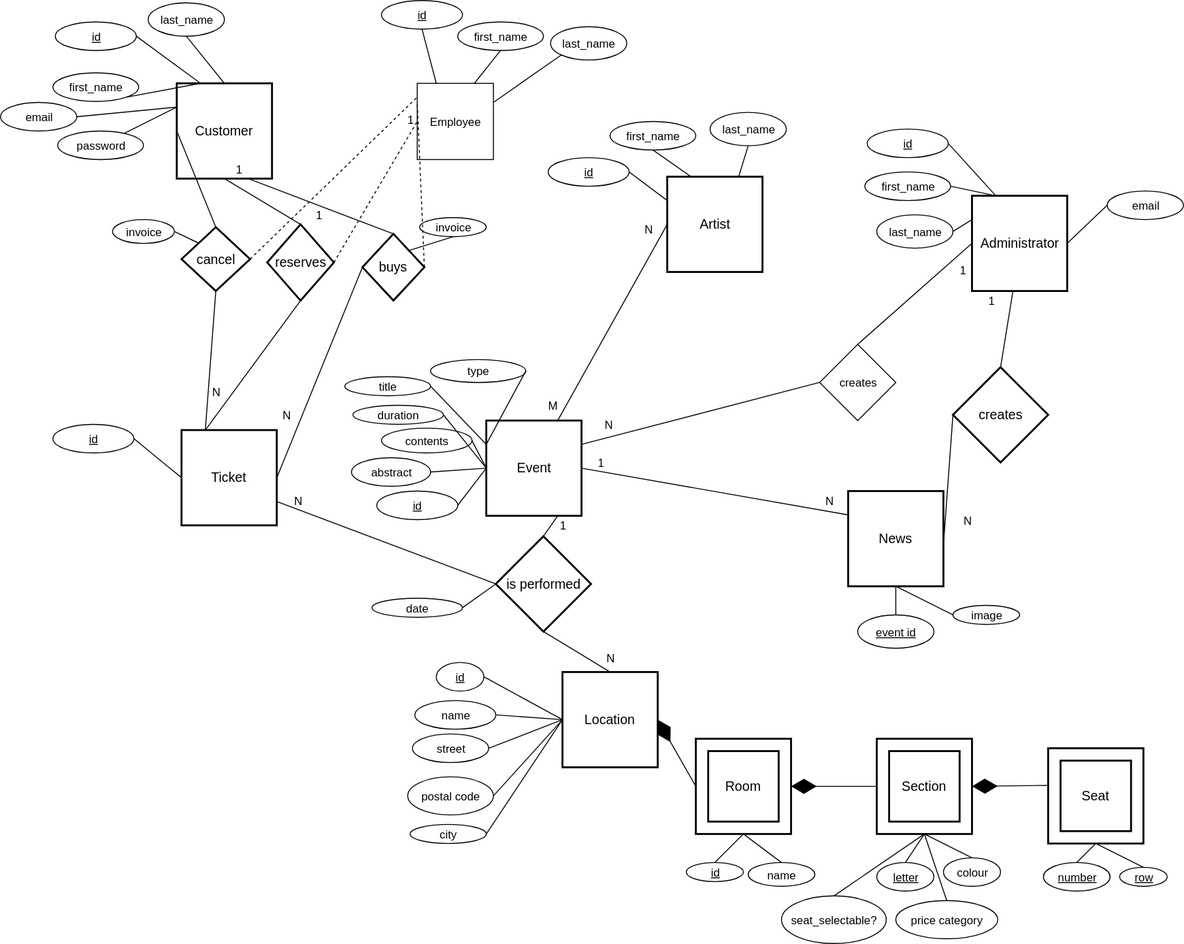
This is UMLDiagrams/ER_schema_ticketline.svg from bettinerwiener/sepm-groupphase, a draw.io export, as it was before one commit. Source tidied: cells renumbered, new cells last; positions are measured from the earlier drawing's top-left corner, leaving out a move shared by most shapes.
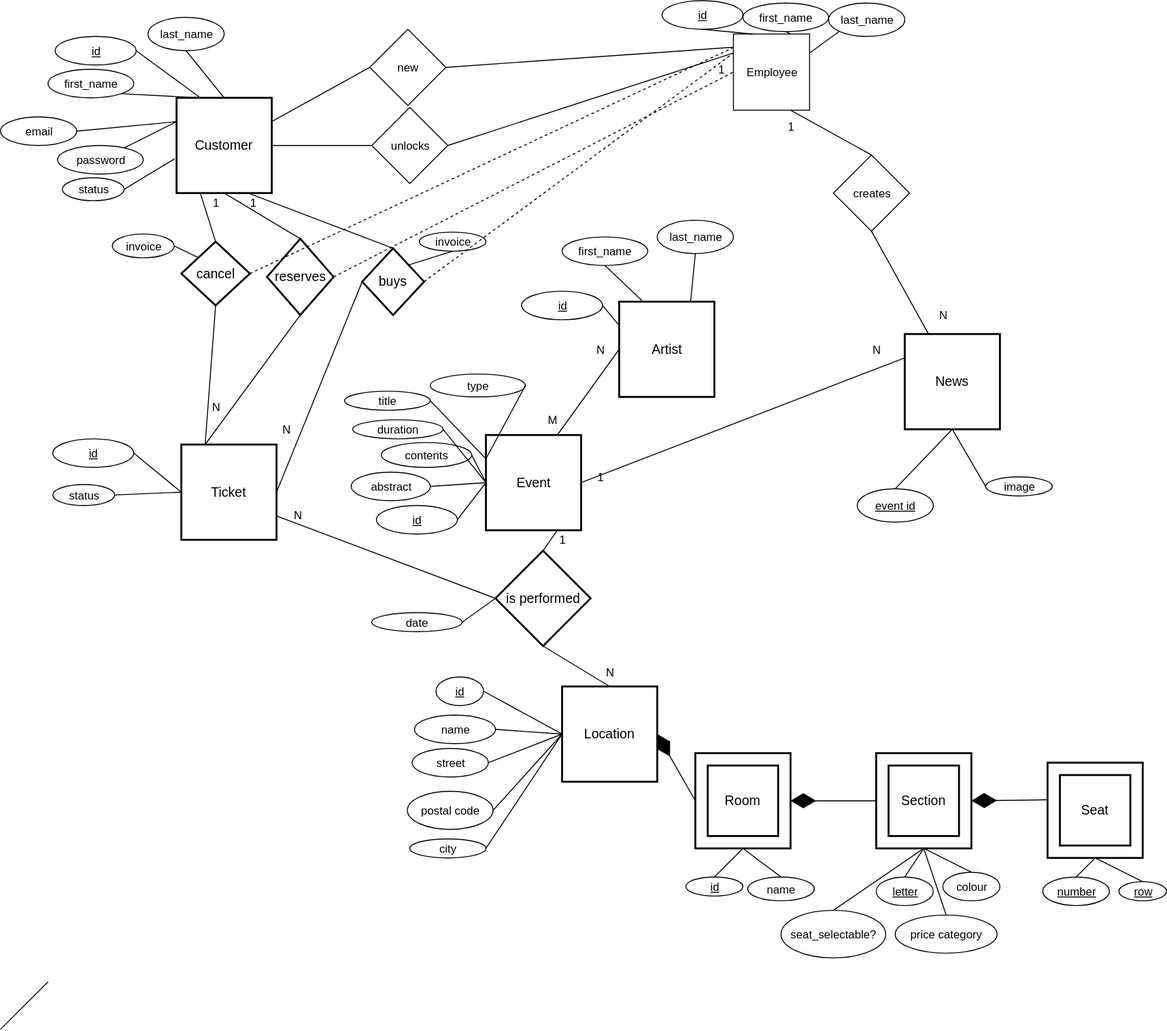
Later version of the same file.

Commit message:
changed ER scheme, kicked admin and added createSchema.sql

Change to the diagram source:
```diff
@@ -6,11 +6,8 @@
       <mxGeometry x="185" y="87" width="100" height="100" as="geometry" />
     </mxCell>
     <mxCell id="3" value="Artist" style="strokeWidth=2;whiteSpace=wrap;html=1;align=center;fontSize=14;" parent="1" vertex="1">
-      <mxGeometry x="700" y="185" width="100" height="100" as="geometry" />
+      <mxGeometry x="650" y="301" width="100" height="100" as="geometry" />
     </mxCell>
-    <mxCell id="4" value="Administrator" style="strokeWidth=2;whiteSpace=wrap;html=1;align=center;fontSize=14;" parent="1" vertex="1">
-      <mxGeometry x="1020" y="205" width="100" height="100" as="geometry" />
-    </mxCell>
     <mxCell id="5" value="Ticket" style="strokeWidth=2;whiteSpace=wrap;html=1;align=center;fontSize=14;" parent="1" vertex="1">
       <mxGeometry x="190" y="451" width="100" height="100" as="geometry" />
     </mxCell>
@@ -54,17 +51,8 @@
       <mxGeometry relative="1" as="geometry" />
     </mxCell>
     <mxCell id="19" value="News" style="strokeWidth=2;whiteSpace=wrap;html=1;align=center;fontSize=14;" parent="1" vertex="1">
-      <mxGeometry x="890" y="515" width="100" height="100" as="geometry" />
+      <mxGeometry x="950" y="335" width="100" height="100" as="geometry" />
     </mxCell>
-    <mxCell id="20" value="creates" style="shape=rhombus;strokeWidth=2;fontSize=17;perimeter=rhombusPerimeter;whiteSpace=wrap;html=1;align=center;fontSize=14;" parent="1" vertex="1">
-      <mxGeometry x="1000" y="385" width="100" height="100" as="geometry" />
-    </mxCell>
-    <mxCell id="21" style="endArrow=none;html=1;entryX=1;entryY=0.57;entryDx=0;entryDy=0;entryPerimeter=0;exitX=0;exitY=0.5;exitDx=0;exitDy=0;" parent="1" edge="1" source="20" target="19">
-      <mxGeometry relative="1" as="geometry" />
-    </mxCell>
-    <mxCell id="22" style="endArrow=none;html=1;entryX=0.5;entryY=0;entryDx=0;entryDy=0;exitX=0.43;exitY=1;exitDx=0;exitDy=0;exitPerimeter=0;" parent="1" edge="1" source="4" target="20">
-      <mxGeometry relative="1" as="geometry" />
-    </mxCell>
     <mxCell id="23" value="invoice" style="ellipse;whiteSpace=wrap;html=1;" parent="1" vertex="1">
       <mxGeometry x="440" y="228" width="70" height="20" as="geometry" />
     </mxCell>
@@ -87,7 +75,7 @@
       <mxGeometry x="368.5" y="480" width="83" height="30" as="geometry" />
     </mxCell>
     <mxCell id="30" value="image" style="ellipse;whiteSpace=wrap;html=1;" parent="1" vertex="1">
-      <mxGeometry x="1000" y="635" width="70" height="20" as="geometry" />
+      <mxGeometry x="1035" y="485" width="70" height="20" as="geometry" />
     </mxCell>
     <mxCell id="31" style="endArrow=none;html=1;entryX=1;entryY=0.5;entryDx=0;entryDy=0;exitX=0;exitY=0.25;exitDx=0;exitDy=0;" parent="1" edge="1" source="6" target="25">
       <mxGeometry relative="1" as="geometry" />
@@ -114,7 +102,7 @@
       <mxGeometry relative="1" as="geometry" />
     </mxCell>
     <mxCell id="39" value="event id" style="ellipse;whiteSpace=wrap;html=1;fontStyle=4;" parent="1" vertex="1">
-      <mxGeometry x="900" y="645" width="80" height="35" as="geometry" />
+      <mxGeometry x="900" y="497.5" width="80" height="35" as="geometry" />
     </mxCell>
     <mxCell id="40" style="endArrow=none;html=1;entryX=0.5;entryY=0;entryDx=0;entryDy=0;exitX=0.5;exitY=1;exitDx=0;exitDy=0;" parent="1" edge="1" source="19" target="39">
       <mxGeometry relative="1" as="geometry" />
@@ -191,12 +179,6 @@
     <mxCell id="64" style="endArrow=none;html=1;entryX=1;entryY=0.5;entryDx=0;entryDy=0;exitX=0;exitY=0.25;exitDx=0;exitDy=0;" parent="1" edge="1" source="2" target="61">
       <mxGeometry relative="1" as="geometry" />
     </mxCell>
-    <mxCell id="65" value="email" style="ellipse;whiteSpace=wrap;html=1;" parent="1" vertex="1">
-      <mxGeometry x="1162" y="200" width="80" height="30" as="geometry" />
-    </mxCell>
-    <mxCell id="66" style="endArrow=none;html=1;entryX=0;entryY=0.5;entryDx=0;entryDy=0;exitX=1;exitY=0.5;exitDx=0;exitDy=0;" parent="1" edge="1" source="4" target="65">
-      <mxGeometry relative="1" as="geometry" />
-    </mxCell>
     <mxCell id="67" value="name" style="ellipse;whiteSpace=wrap;html=1;" parent="1" vertex="1">
       <mxGeometry x="785" y="905" width="70" height="25" as="geometry" />
     </mxCell>
@@ -206,7 +188,7 @@
     <mxCell id="69" value="cancel" style="shape=rhombus;strokeWidth=2;fontSize=17;perimeter=rhombusPerimeter;whiteSpace=wrap;html=1;align=center;fontSize=14;" parent="1" vertex="1">
       <mxGeometry x="190" y="238" width="72" height="67" as="geometry" />
     </mxCell>
-    <mxCell id="70" style="endArrow=none;html=1;entryX=0;entryY=0.5;entryDx=0;entryDy=0;exitX=0.5;exitY=0;exitDx=0;exitDy=0;" parent="1" edge="1" source="69" target="2">
+    <mxCell id="70" style="endArrow=none;html=1;entryX=0.25;entryY=1;entryDx=0;entryDy=0;exitX=0.5;exitY=0;exitDx=0;exitDy=0;" parent="1" edge="1" source="69" target="2">
       <mxGeometry relative="1" as="geometry" />
     </mxCell>
     <mxCell id="71" style="endArrow=none;html=1;entryX=0.5;entryY=1;entryDx=0;entryDy=0;exitX=0.25;exitY=0;exitDx=0;exitDy=0;" parent="1" edge="1" source="5" target="69">
@@ -231,7 +213,7 @@
       <mxGeometry relative="1" as="geometry" />
     </mxCell>
     <mxCell id="78" value="Employee" style="whiteSpace=wrap;html=1;" parent="1" vertex="1">
-      <mxGeometry x="437.5" y="87" width="80" height="80" as="geometry" />
+      <mxGeometry x="770" y="20" width="80" height="80" as="geometry" />
     </mxCell>
     <mxCell id="79" style="endArrow=none;dashed=1;html=1;entryX=0;entryY=0.25;entryDx=0;entryDy=0;exitX=1;exitY=0.5;exitDx=0;exitDy=0;" parent="1" edge="1" source="14" target="78">
       <mxGeometry relative="1" as="geometry" />
@@ -261,7 +243,7 @@
       <mxGeometry x="610" y="475" width="40" height="20" as="geometry" />
     </mxCell>
     <mxCell id="88" value="N" style="text;html=1;strokeColor=none;fillColor=none;align=center;verticalAlign=middle;whiteSpace=wrap;rounded=0;" parent="1" vertex="1">
-      <mxGeometry x="850" y="515" width="40" height="20" as="geometry" />
+      <mxGeometry x="900" y="341" width="40" height="20" as="geometry" />
     </mxCell>
     <mxCell id="89" value="type" style="ellipse;whiteSpace=wrap;html=1;" parent="1" vertex="1">
       <mxGeometry x="451.5" y="377" width="100" height="24" as="geometry" />
@@ -279,19 +261,16 @@
       <mxGeometry relative="1" as="geometry" />
     </mxCell>
     <mxCell id="94" value="N" style="text;html=1;strokeColor=none;fillColor=none;align=center;verticalAlign=middle;whiteSpace=wrap;rounded=0;" parent="1" vertex="1">
-      <mxGeometry x="660" y="230" width="40" height="20" as="geometry" />
+      <mxGeometry x="610" y="341" width="40" height="20" as="geometry" />
     </mxCell>
     <mxCell id="95" value="M" style="text;html=1;strokeColor=none;fillColor=none;align=center;verticalAlign=middle;whiteSpace=wrap;rounded=0;" parent="1" vertex="1">
       <mxGeometry x="560" y="415" width="40" height="20" as="geometry" />
     </mxCell>
-    <mxCell id="96" value="1" style="text;html=1;strokeColor=none;fillColor=none;align=center;verticalAlign=middle;whiteSpace=wrap;rounded=0;" parent="1" vertex="1">
-      <mxGeometry x="1020" y="305" width="40" height="20" as="geometry" />
-    </mxCell>
     <mxCell id="97" value="N" style="text;html=1;strokeColor=none;fillColor=none;align=center;verticalAlign=middle;whiteSpace=wrap;rounded=0;" parent="1" vertex="1">
-      <mxGeometry x="995" y="536" width="40" height="20" as="geometry" />
+      <mxGeometry x="970" y="305" width="40" height="20" as="geometry" />
     </mxCell>
     <mxCell id="98" value="1" style="text;html=1;strokeColor=none;fillColor=none;align=center;verticalAlign=middle;whiteSpace=wrap;rounded=0;" parent="1" vertex="1">
-      <mxGeometry x="230" y="167" width="40" height="20" as="geometry" />
+      <mxGeometry x="206" y="187" width="40" height="20" as="geometry" />
     </mxCell>
     <mxCell id="99" value="N" style="text;html=1;strokeColor=none;fillColor=none;align=center;verticalAlign=middle;whiteSpace=wrap;rounded=0;" parent="1" vertex="1">
       <mxGeometry x="206" y="401" width="40" height="20" as="geometry" />
@@ -300,59 +279,41 @@
       <mxGeometry x="280" y="425" width="40" height="20" as="geometry" />
     </mxCell>
     <mxCell id="101" value="1" style="text;html=1;strokeColor=none;fillColor=none;align=center;verticalAlign=middle;whiteSpace=wrap;rounded=0;" parent="1" vertex="1">
-      <mxGeometry x="314.5" y="215" width="40" height="20" as="geometry" />
+      <mxGeometry x="245" y="187" width="40" height="20" as="geometry" />
     </mxCell>
     <mxCell id="102" style="endArrow=none;html=1;entryX=0.75;entryY=1;entryDx=0;entryDy=0;exitX=0.5;exitY=0;exitDx=0;exitDy=0;" parent="1" edge="1" source="14" target="2">
       <mxGeometry relative="1" as="geometry" />
     </mxCell>
     <mxCell id="103" value="1" style="text;html=1;strokeColor=none;fillColor=none;align=center;verticalAlign=middle;whiteSpace=wrap;rounded=0;" parent="1" vertex="1">
-      <mxGeometry x="410" y="115" width="40" height="20" as="geometry" />
+      <mxGeometry x="737.5" y="47" width="40" height="20" as="geometry" />
     </mxCell>
-    <mxCell id="104" value="creates" style="rhombus;whiteSpace=wrap;html=1;" parent="1" vertex="1">
-      <mxGeometry x="860" y="361" width="80" height="80" as="geometry" />
-    </mxCell>
-    <mxCell id="105" style="endArrow=none;html=1;entryX=0;entryY=0.5;entryDx=0;entryDy=0;exitX=0.5;exitY=0;exitDx=0;exitDy=0;" parent="1" edge="1" source="104" target="4">
-      <mxGeometry relative="1" as="geometry" />
-    </mxCell>
-    <mxCell id="106" style="endArrow=none;html=1;exitX=1;exitY=0.25;exitDx=0;exitDy=0;entryX=0;entryY=0.5;entryDx=0;entryDy=0;" parent="1" edge="1" source="6" target="104">
-      <mxGeometry relative="1" as="geometry" />
-    </mxCell>
     <mxCell id="107" value="id" style="ellipse;whiteSpace=wrap;html=1;fontStyle=4;" parent="1" vertex="1">
-      <mxGeometry x="575" y="165" width="85" height="30" as="geometry" />
+      <mxGeometry x="547.5" y="290" width="85" height="30" as="geometry" />
     </mxCell>
     <mxCell id="108" value="id" style="ellipse;whiteSpace=wrap;html=1;fontStyle=4;" parent="1" vertex="1">
-      <mxGeometry x="400" width="85" height="30" as="geometry" />
+      <mxGeometry x="695" y="-15" width="85" height="30" as="geometry" />
     </mxCell>
     <mxCell id="109" value="id" style="ellipse;whiteSpace=wrap;html=1;fontStyle=4;" parent="1" vertex="1">
       <mxGeometry x="57.5" y="22.5" width="85" height="30" as="geometry" />
     </mxCell>
-    <mxCell id="110" value="id" style="ellipse;whiteSpace=wrap;html=1;fontStyle=4;" parent="1" vertex="1">
-      <mxGeometry x="910" y="135" width="85" height="30" as="geometry" />
-    </mxCell>
-    <mxCell id="111" value="first_name" style="ellipse;whiteSpace=wrap;html=1;" parent="1" vertex="1">
-      <mxGeometry x="907.5" y="180" width="90" height="30" as="geometry" />
-    </mxCell>
     <mxCell id="112" value="last_name" style="ellipse;whiteSpace=wrap;html=1;" parent="1" vertex="1">
       <mxGeometry x="155" y="2.5" width="80" height="35" as="geometry" />
     </mxCell>
     <mxCell id="113" value="first_name" style="ellipse;whiteSpace=wrap;html=1;" parent="1" vertex="1">
-      <mxGeometry x="640" y="127" width="90" height="30" as="geometry" />
+      <mxGeometry x="590" y="233" width="90" height="30" as="geometry" />
     </mxCell>
     <mxCell id="114" value="first_name" style="ellipse;whiteSpace=wrap;html=1;" parent="1" vertex="1">
-      <mxGeometry x="480" y="22.5" width="90" height="30" as="geometry" />
+      <mxGeometry x="780" y="-12.5" width="90" height="30" as="geometry" />
     </mxCell>
     <mxCell id="115" value="first_name" style="ellipse;whiteSpace=wrap;html=1;" parent="1" vertex="1">
-      <mxGeometry x="55" y="76" width="90" height="30" as="geometry" />
+      <mxGeometry x="50" y="57" width="90" height="30" as="geometry" />
     </mxCell>
     <mxCell id="116" value="last_name" style="ellipse;whiteSpace=wrap;html=1;" parent="1" vertex="1">
-      <mxGeometry x="577.5" y="27.5" width="80" height="35" as="geometry" />
+      <mxGeometry x="870" y="-12.5" width="80" height="35" as="geometry" />
     </mxCell>
     <mxCell id="117" value="last_name" style="ellipse;whiteSpace=wrap;html=1;" parent="1" vertex="1">
-      <mxGeometry x="745" y="117.5" width="80" height="35" as="geometry" />
+      <mxGeometry x="690" y="215.5" width="80" height="35" as="geometry" />
     </mxCell>
-    <mxCell id="118" value="last_name" style="ellipse;whiteSpace=wrap;html=1;" parent="1" vertex="1">
-      <mxGeometry x="920" y="225" width="80" height="35" as="geometry" />
-    </mxCell>
     <mxCell id="119" value="id" style="ellipse;whiteSpace=wrap;html=1;fontStyle=4;" parent="1" vertex="1">
       <mxGeometry x="55" y="445" width="85" height="30" as="geometry" />
     </mxCell>
@@ -389,26 +350,59 @@
     <mxCell id="130" style="endArrow=none;html=1;entryX=0.5;entryY=1;entryDx=0;entryDy=0;exitX=0.75;exitY=0;exitDx=0;exitDy=0;" parent="1" edge="1" source="3" target="117">
       <mxGeometry relative="1" as="geometry" />
     </mxCell>
-    <mxCell id="131" style="endArrow=none;html=1;exitX=1;exitY=0.5;exitDx=0;exitDy=0;entryX=0.25;entryY=0;entryDx=0;entryDy=0;" parent="1" edge="1" source="110" target="4">
-      <mxGeometry relative="1" as="geometry" />
-    </mxCell>
-    <mxCell id="132" style="endArrow=none;html=1;exitX=1;exitY=0.5;exitDx=0;exitDy=0;entryX=0.25;entryY=0;entryDx=0;entryDy=0;" parent="1" edge="1" source="111" target="4">
-      <mxGeometry relative="1" as="geometry" />
-    </mxCell>
-    <mxCell id="133" style="endArrow=none;html=1;entryX=1;entryY=0.5;entryDx=0;entryDy=0;exitX=0;exitY=0.25;exitDx=0;exitDy=0;" parent="1" edge="1" source="4" target="118">
-      <mxGeometry relative="1" as="geometry" />
-    </mxCell>
-    <mxCell id="134" value="N" style="text;html=1;strokeColor=none;fillColor=none;align=center;verticalAlign=middle;whiteSpace=wrap;rounded=0;" parent="1" vertex="1">
-      <mxGeometry x="618" y="435" width="40" height="20" as="geometry" />
-    </mxCell>
-    <mxCell id="135" value="1" style="text;html=1;strokeColor=none;fillColor=none;align=center;verticalAlign=middle;whiteSpace=wrap;rounded=0;" parent="1" vertex="1">
-      <mxGeometry x="990" y="272.5" width="40" height="20" as="geometry" />
-    </mxCell>
-    <mxCell id="136" style="edgeStyle=none;rounded=0;orthogonalLoop=1;jettySize=auto;html=1;exitX=0.5;exitY=1;exitDx=0;exitDy=0;" parent="1" edge="1" source="135" target="135">
-      <mxGeometry relative="1" as="geometry" />
-    </mxCell>
     <mxCell id="137" style="endArrow=none;dashed=1;html=1;exitX=1;exitY=0.5;exitDx=0;exitDy=0;entryX=0.006;entryY=0.175;entryDx=0;entryDy=0;entryPerimeter=0;" parent="1" edge="1" source="69" target="78">
       <mxGeometry relative="1" as="geometry" />
     </mxCell>
+    <mxCell id="138" value="new" style="rhombus;whiteSpace=wrap;html=1;" parent="1" vertex="1">
+      <mxGeometry x="388" y="15" width="80" height="80" as="geometry" />
+    </mxCell>
+    <mxCell id="139" style="endArrow=none;html=1;exitX=1;exitY=0.5;exitDx=0;exitDy=0;entryX=-0.012;entryY=0.175;entryDx=0;entryDy=0;entryPerimeter=0;" parent="1" edge="1" source="138" target="78">
+      <mxGeometry relative="1" as="geometry" />
+    </mxCell>
+    <mxCell id="140" style="endArrow=none;html=1;entryX=0;entryY=0.5;entryDx=0;entryDy=0;exitX=1;exitY=0.25;exitDx=0;exitDy=0;" parent="1" edge="1" source="2" target="138">
+      <mxGeometry relative="1" as="geometry" />
+    </mxCell>
+    <mxCell id="141" value="status" style="ellipse;whiteSpace=wrap;html=1;" parent="1" vertex="1">
+      <mxGeometry x="65" y="171" width="65" height="24" as="geometry" />
+    </mxCell>
+    <mxCell id="142" style="endArrow=none;html=1;entryX=-0.02;entryY=0.64;entryDx=0;entryDy=0;entryPerimeter=0;exitX=1;exitY=0.5;exitDx=0;exitDy=0;" parent="1" edge="1" source="141" target="2">
+      <mxGeometry relative="1" as="geometry" />
+    </mxCell>
+    <mxCell id="143" style="edgeStyle=none;rounded=0;orthogonalLoop=1;jettySize=auto;html=1;exitX=0;exitY=0.5;exitDx=0;exitDy=0;" parent="1" edge="1" source="2" target="2">
+      <mxGeometry relative="1" as="geometry" />
+    </mxCell>
+    <mxCell id="144" value="unlocks" style="rhombus;whiteSpace=wrap;html=1;" parent="1" vertex="1">
+      <mxGeometry x="390" y="97" width="80" height="80" as="geometry" />
+    </mxCell>
+    <mxCell id="145" style="endArrow=none;html=1;exitX=1;exitY=0.5;exitDx=0;exitDy=0;entryX=0;entryY=0.25;entryDx=0;entryDy=0;" parent="1" edge="1" source="144" target="78">
+      <mxGeometry relative="1" as="geometry" />
+    </mxCell>
+    <mxCell id="146" style="endArrow=none;html=1;entryX=0;entryY=0.5;entryDx=0;entryDy=0;exitX=1;exitY=0.5;exitDx=0;exitDy=0;" parent="1" edge="1" source="2" target="144">
+      <mxGeometry relative="1" as="geometry" />
+    </mxCell>
+    <mxCell id="104" value="creates" style="rhombus;whiteSpace=wrap;html=1;" parent="1" vertex="1">
+      <mxGeometry x="875" y="147" width="80" height="80" as="geometry" />
+    </mxCell>
+    <mxCell id="147" style="endArrow=none;html=1;entryX=0.75;entryY=1;entryDx=0;entryDy=0;exitX=0.5;exitY=0;exitDx=0;exitDy=0;" parent="1" edge="1" source="104" target="78">
+      <mxGeometry relative="1" as="geometry" />
+    </mxCell>
+    <mxCell id="148" style="endArrow=none;html=1;entryX=0.5;entryY=1;entryDx=0;entryDy=0;exitX=0.25;exitY=0;exitDx=0;exitDy=0;" parent="1" edge="1" source="19" target="104">
+      <mxGeometry relative="1" as="geometry" />
+    </mxCell>
+    <mxCell id="149" value="1" style="text;html=1;strokeColor=none;fillColor=none;align=center;verticalAlign=middle;whiteSpace=wrap;rounded=0;" parent="1" vertex="1">
+      <mxGeometry x="810" y="107" width="40" height="20" as="geometry" />
+    </mxCell>
+    <mxCell id="150" value="status" style="ellipse;whiteSpace=wrap;html=1;" parent="1" vertex="1">
+      <mxGeometry x="55" y="493" width="65" height="22" as="geometry" />
+    </mxCell>
+    <mxCell id="151" style="endArrow=none;html=1;" parent="1" edge="1">
+      <mxGeometry relative="1" as="geometry">
+        <mxPoint y="1065" as="sourcePoint" />
+        <mxPoint x="50" y="1015" as="targetPoint" />
+      </mxGeometry>
+    </mxCell>
+    <mxCell id="152" style="endArrow=none;html=1;entryX=1;entryY=0.5;entryDx=0;entryDy=0;exitX=0;exitY=0.5;exitDx=0;exitDy=0;" parent="1" edge="1" source="5" target="150">
+      <mxGeometry relative="1" as="geometry" />
+    </mxCell>
   </root>
 </mxGraphModel>
```
